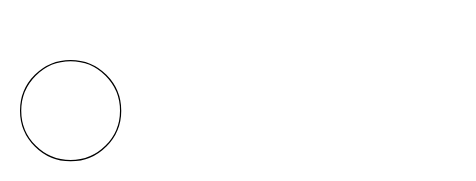
Earlier version of the draw.io diagram Biểu đồ không có tiêu đề.drawio (khaicafe2021/diagram_MenuGame). Source tidied: cells renumbered, new cells numbered last; positions are measured from the earlier drawing's top-left corner, leaving out a move shared by most shapes. Both pictures are drawn from the tidied source at 125%, with x=0, y=0 at pixel (20, 60).
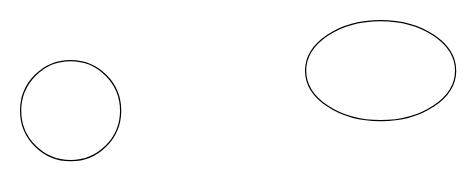
The same diagram, later.

Diff of the diagram source:
```diff
@@
 <mxGraphModel>
   <root>
     <mxCell id="0" />
     <mxCell id="1" parent="0" />
     <mxCell id="2" style="ellipse;whiteSpace=wrap;html=1;" parent="1" vertex="1">
       <mxGeometry width="80" height="80" as="geometry" />
     </mxCell>
+    <mxCell id="3" style="ellipse;whiteSpace=wrap;html=1;" parent="1" vertex="1">
+      <mxGeometry x="228" y="-32" width="120" height="80" as="geometry" />
+    </mxCell>
   </root>
 </mxGraphModel>
```
